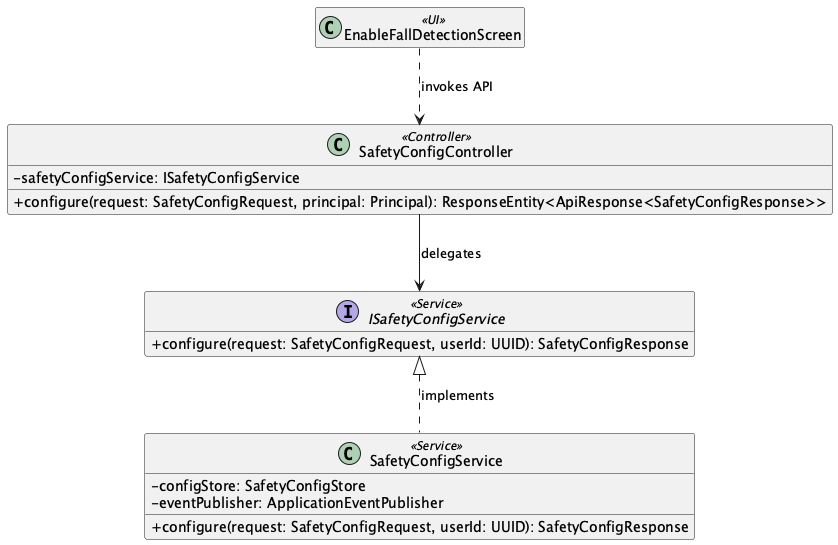
This is 03_Design/Detailed_Design/MF10_Smart_Activity_Monitoring_Safety_Support/images/01_Fall_Detection_Consent_Configuration_and_Self_Test_ClassDiagram.png from ChuongBDHE172784/CareBridge_SEP490_G79, a PlantUML export, as it was before one commit.
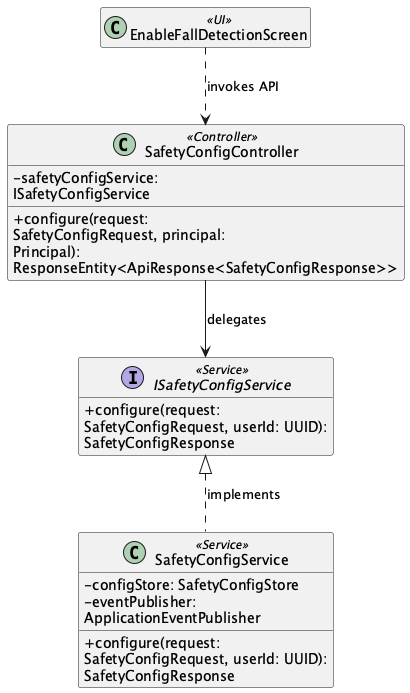
The same file after the commit.

The edit, as a diff of the source:
```diff
@@ -1,5 +1,6 @@
-@startuml
+@startuml ClassDiagram_01FallDetectionConsentConfigurationandSelfTest
 skinparam classAttributeIconSize 0
+skinparam wrapWidth 250
 hide empty members
 
 class "EnableFallDetectionScreen" as UIEnableFallDetectionScreen <<UI>>
```
